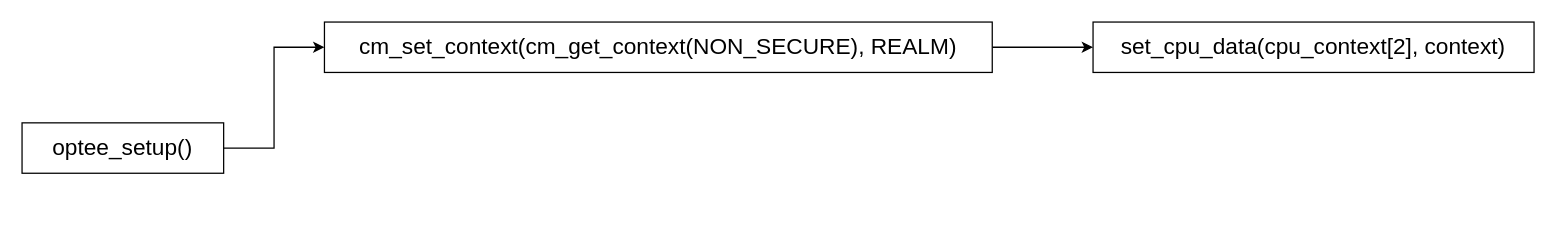
EdisonE3/draw-pictures keeps this draw.io diagram as cca-workflow/opteed_cm.drawio. Above is the earlier version. Source tidied: cells renumbered, new cells numbered last; positions are measured from the earlier drawing's top-left corner, leaving out a move shared by most shapes. Both pictures are drawn from the tidied source at 126%, with x=0, y=0 at pixel (21, 21).
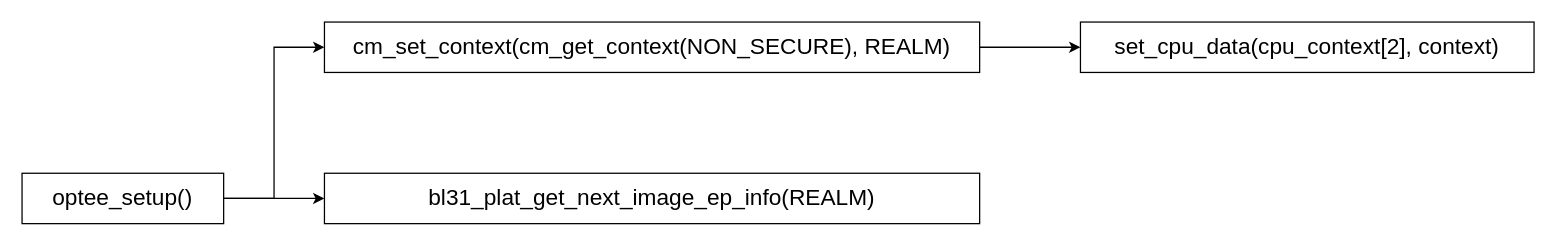
The same page after the edit.

Change to the diagram source:
```diff
@@
 <mxGraphModel>
   <root>
     <mxCell id="0" />
     <mxCell id="1" parent="0" />
     <mxCell id="2" style="edgeStyle=orthogonalEdgeStyle;rounded=0;jettySize=auto;html=1;exitX=1;exitY=0.5;exitDx=0;exitDy=0;entryX=0;entryY=0.5;entryDx=0;entryDy=0;" parent="1" edge="1" source="3" target="5">
       <mxGeometry relative="1" as="geometry" />
     </mxCell>
+    <mxCell id="7" style="edgeStyle=orthogonalEdgeStyle;rounded=0;jettySize=auto;html=1;exitX=1;exitY=0.5;exitDx=0;exitDy=0;entryX=0;entryY=0.5;entryDx=0;entryDy=0;" parent="1" edge="1" source="3" target="8">
+      <mxGeometry relative="1" as="geometry" />
+    </mxCell>
     <mxCell id="3" value="&lt;font style=&quot;font-size: 18px;&quot;&gt;optee_setup()&lt;/font&gt;" style="rounded=0;whiteSpace=wrap;html=1;" parent="1" vertex="1">
-      <mxGeometry y="80" width="160" height="40" as="geometry" />
+      <mxGeometry y="120" width="160" height="40" as="geometry" />
     </mxCell>
     <mxCell id="4" style="edgeStyle=orthogonalEdgeStyle;rounded=0;jettySize=auto;html=1;exitX=1;exitY=0.5;exitDx=0;exitDy=0;entryX=0;entryY=0.5;entryDx=0;entryDy=0;" parent="1" edge="1" source="5" target="6">
       <mxGeometry relative="1" as="geometry" />
     </mxCell>
     <mxCell id="5" value="&lt;font style=&quot;font-size: 18px;&quot;&gt;cm_set_context(cm_get_context(NON_SECURE), REALM)&lt;/font&gt;" style="rounded=0;whiteSpace=wrap;html=1;" parent="1" vertex="1">
-      <mxGeometry x="240" width="530" height="40" as="geometry" />
+      <mxGeometry x="240" width="520" height="40" as="geometry" />
     </mxCell>
     <mxCell id="6" value="&lt;font style=&quot;font-size: 18px;&quot;&gt;set_cpu_data(cpu_context[2], context)&lt;/font&gt;" style="rounded=0;whiteSpace=wrap;html=1;" parent="1" vertex="1">
-      <mxGeometry x="850" width="350" height="40" as="geometry" />
+      <mxGeometry x="840" width="360" height="40" as="geometry" />
     </mxCell>
+    <mxCell id="8" value="&lt;font style=&quot;font-size: 18px;&quot;&gt;bl31_plat_get_next_image_ep_info(REALM)&lt;/font&gt;" style="rounded=0;whiteSpace=wrap;html=1;" parent="1" vertex="1">
+      <mxGeometry x="240" y="120" width="520" height="40" as="geometry" />
+    </mxCell>
   </root>
 </mxGraphModel>
```
